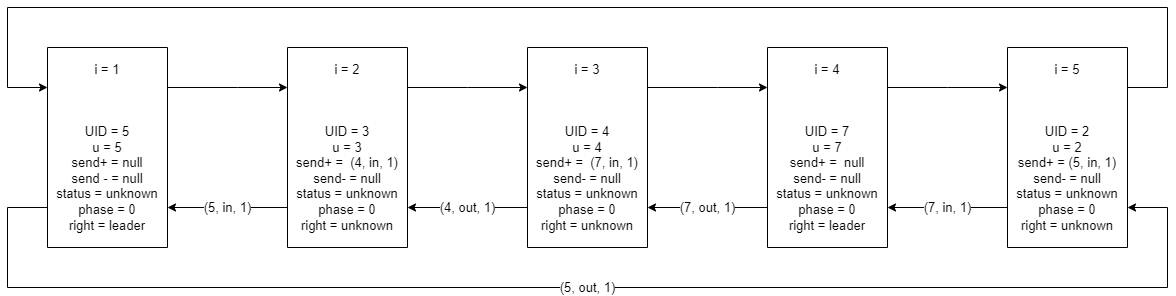
h1tlan/tods_first_exercise keeps this draw.io diagram as tods/02-tods.drawio.png. Above is the earlier version. Source tidied: cells renumbered, new cells last; positions are measured from the earlier drawing's top-left corner, leaving out a move shared by most shapes.
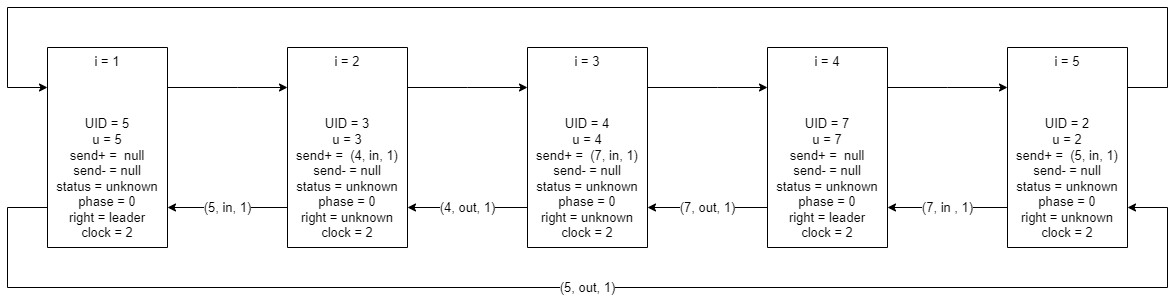
After the commit.

The edit, as a diff of the source:
```diff
@@ -20,7 +20,7 @@
         </Array>
       </mxGeometry>
     </mxCell>
-    <mxCell id="4" value="i = 1&lt;br&gt;&lt;br&gt;&lt;br&gt;&lt;br&gt;UID = 5&lt;br&gt;u = 5&lt;br&gt;send+ = null&lt;br&gt;send - = null&lt;br&gt;status = unknown&lt;br&gt;phase = 0&lt;br&gt;right = leader" style="rounded=0;whiteSpace=wrap;html=1;fontSize=13;direction=south;" parent="1" vertex="1">
+    <mxCell id="4" value="i = 1&lt;br&gt;&lt;br&gt;&lt;br&gt;&lt;br&gt;UID = 5&lt;br&gt;u = 5&lt;br&gt;send+ =&amp;nbsp; null&lt;br&gt;send- = null&lt;br&gt;status = unknown&lt;br&gt;phase = 0&lt;br&gt;right = leader&lt;br&gt;clock = 2" style="rounded=0;whiteSpace=wrap;html=1;fontSize=13;direction=south;" parent="1" vertex="1">
       <mxGeometry x="40" y="40" width="120" height="200" as="geometry" />
     </mxCell>
     <mxCell id="5" value="(5, in, 1)" style="edgeStyle=orthogonalEdgeStyle;rounded=0;jettySize=auto;html=1;labelBorderColor=none;fontSize=13;" parent="1" edge="1" source="7" target="4">
@@ -39,7 +39,7 @@
         </Array>
       </mxGeometry>
     </mxCell>
-    <mxCell id="7" value="i = 2&lt;br&gt;&lt;br&gt;&lt;br&gt;&lt;br&gt;UID = 3&lt;br&gt;u = 3&lt;br&gt;send+ =&amp;nbsp; (4, in, 1)&lt;br&gt;send- = null&lt;br&gt;status = unknown&lt;br&gt;phase = 0&lt;br&gt;right = unknown" style="rounded=0;whiteSpace=wrap;html=1;fontSize=13;direction=south;" parent="1" vertex="1">
+    <mxCell id="7" value="i = 2&lt;br&gt;&lt;br&gt;&lt;br&gt;&lt;br&gt;UID = 3&lt;br&gt;u = 3&lt;br&gt;send+ =&amp;nbsp; (4, in, 1)&lt;br&gt;send- = null&lt;br&gt;status = unknown&lt;br&gt;phase = 0&lt;br&gt;right = unknown&lt;br&gt;clock = 2" style="rounded=0;whiteSpace=wrap;html=1;fontSize=13;direction=south;" parent="1" vertex="1">
       <mxGeometry x="280" y="40" width="120" height="200" as="geometry" />
     </mxCell>
     <mxCell id="8" value="(4, out, 1)" style="edgeStyle=orthogonalEdgeStyle;rounded=0;jettySize=auto;html=1;labelBorderColor=none;fontSize=13;" parent="1" edge="1" source="10" target="7">
@@ -58,7 +58,7 @@
         </Array>
       </mxGeometry>
     </mxCell>
-    <mxCell id="10" value="i = 3&lt;br&gt;&lt;br&gt;&lt;br&gt;&lt;br&gt;UID = 4&lt;br&gt;u = 4&lt;br&gt;send+ =&amp;nbsp; (7, in, 1)&lt;br&gt;send- = null&lt;br&gt;status = unknown&lt;br&gt;phase = 0&lt;br&gt;right = unknown" style="rounded=0;whiteSpace=wrap;html=1;fontSize=13;direction=south;" parent="1" vertex="1">
+    <mxCell id="10" value="i = 3&lt;br&gt;&lt;br&gt;&lt;br&gt;&lt;br&gt;UID = 4&lt;br&gt;u = 4&lt;br&gt;send+ =&amp;nbsp; (7, in, 1)&lt;br&gt;send- = null&lt;br&gt;status = unknown&lt;br&gt;phase = 0&lt;br&gt;right = unknown&lt;br&gt;clock = 2" style="rounded=0;whiteSpace=wrap;html=1;fontSize=13;direction=south;" parent="1" vertex="1">
       <mxGeometry x="520" y="40" width="120" height="200" as="geometry" />
     </mxCell>
     <mxCell id="11" value="(7, out, 1)" style="edgeStyle=orthogonalEdgeStyle;rounded=0;jettySize=auto;html=1;labelBorderColor=none;fontSize=13;" parent="1" edge="1" source="13" target="10">
@@ -77,10 +77,10 @@
         </Array>
       </mxGeometry>
     </mxCell>
-    <mxCell id="13" value="i = 4&lt;br&gt;&lt;br&gt;&lt;br&gt;&lt;br&gt;UID = 7&lt;br&gt;u = 7&lt;br&gt;send+ =&amp;nbsp; null&lt;br&gt;send- = null&lt;br&gt;status = unknown&lt;br&gt;phase = 0&lt;br&gt;right = leader" style="rounded=0;whiteSpace=wrap;html=1;fontSize=13;direction=south;" parent="1" vertex="1">
+    <mxCell id="13" value="i = 4&lt;br&gt;&lt;br&gt;&lt;br&gt;&lt;br&gt;UID = 7&lt;br&gt;u = 7&lt;br&gt;send+ =&amp;nbsp; null&lt;br&gt;send- = null&lt;br&gt;status = unknown&lt;br&gt;phase = 0&lt;br&gt;right = leader&lt;br&gt;clock = 2" style="rounded=0;whiteSpace=wrap;html=1;fontSize=13;direction=south;" parent="1" vertex="1">
       <mxGeometry x="760" y="40" width="120" height="200" as="geometry" />
     </mxCell>
-    <mxCell id="14" value="(7, in, 1)" style="edgeStyle=orthogonalEdgeStyle;rounded=0;jettySize=auto;html=1;labelBorderColor=none;fontSize=13;" parent="1" edge="1" source="16" target="13">
+    <mxCell id="14" value="(7, in , 1)" style="edgeStyle=orthogonalEdgeStyle;rounded=0;jettySize=auto;html=1;labelBorderColor=none;fontSize=13;" parent="1" edge="1" source="16" target="13">
       <mxGeometry relative="1" as="geometry">
         <Array as="points">
           <mxPoint x="950" y="200" />
@@ -98,7 +98,7 @@
         </Array>
       </mxGeometry>
     </mxCell>
-    <mxCell id="16" value="i = 5&lt;br&gt;&lt;br&gt;&lt;br&gt;&lt;br&gt;UID = 2&lt;br&gt;u = 2&lt;br&gt;send+ = (5, in, 1)&lt;br&gt;send- = null&lt;br&gt;status = unknown&lt;br&gt;phase = 0&lt;br&gt;right = unknown" style="rounded=0;whiteSpace=wrap;html=1;fontSize=13;direction=south;" parent="1" vertex="1">
+    <mxCell id="16" value="i = 5&lt;br&gt;&lt;br&gt;&lt;br&gt;&lt;br&gt;UID = 2&lt;br&gt;u = 2&lt;br&gt;send+ =&amp;nbsp; (5, in, 1)&lt;br&gt;send- = null&lt;br&gt;status = unknown&lt;br&gt;phase = 0&lt;br&gt;right = unknown&lt;br&gt;clock = 2" style="rounded=0;whiteSpace=wrap;html=1;fontSize=13;direction=south;" parent="1" vertex="1">
       <mxGeometry x="1000" y="40" width="120" height="200" as="geometry" />
     </mxCell>
   </root>
```
